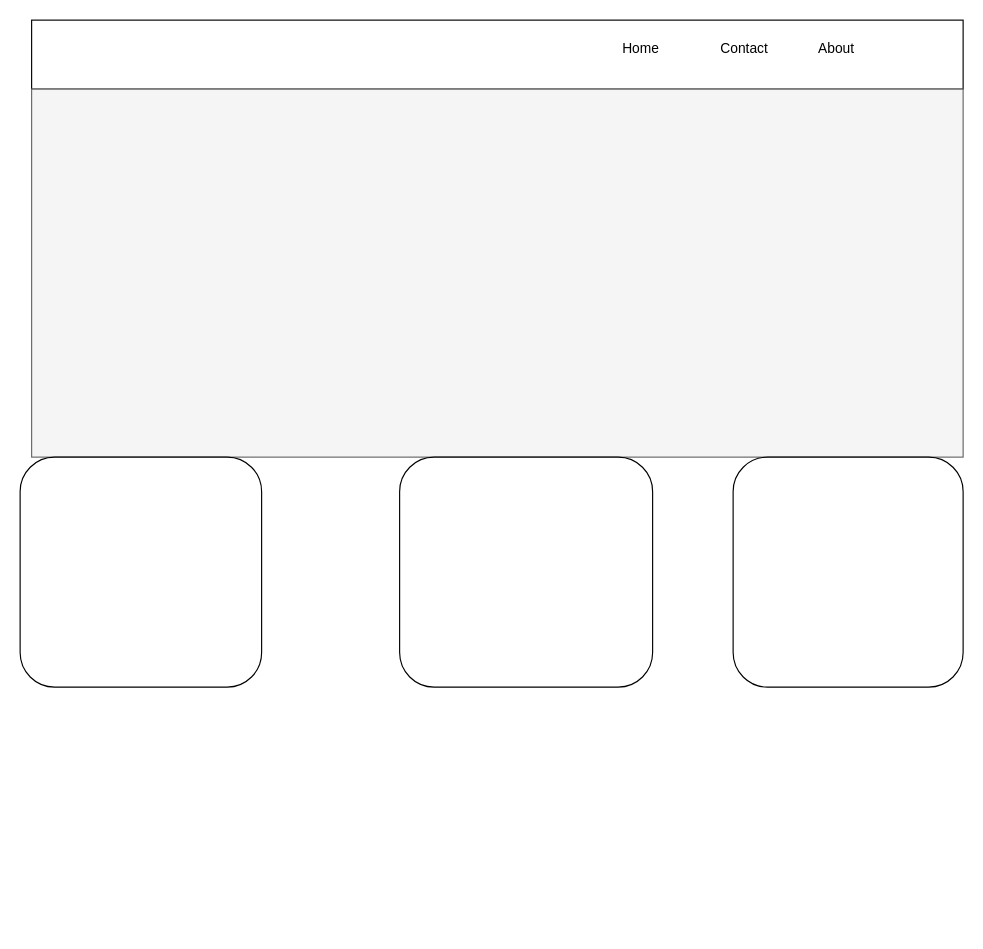
This is Untitled Diagram.drawio from michmerov-consulting/udemy-website, a draw.io file, before an edit. Source tidied: cells renumbered, new cells numbered last; positions are measured from the earlier drawing's top-left corner, leaving out a move shared by most shapes. Both pictures are drawn from the tidied source at 115%, with x=0, y=0 at pixel (20, 20).
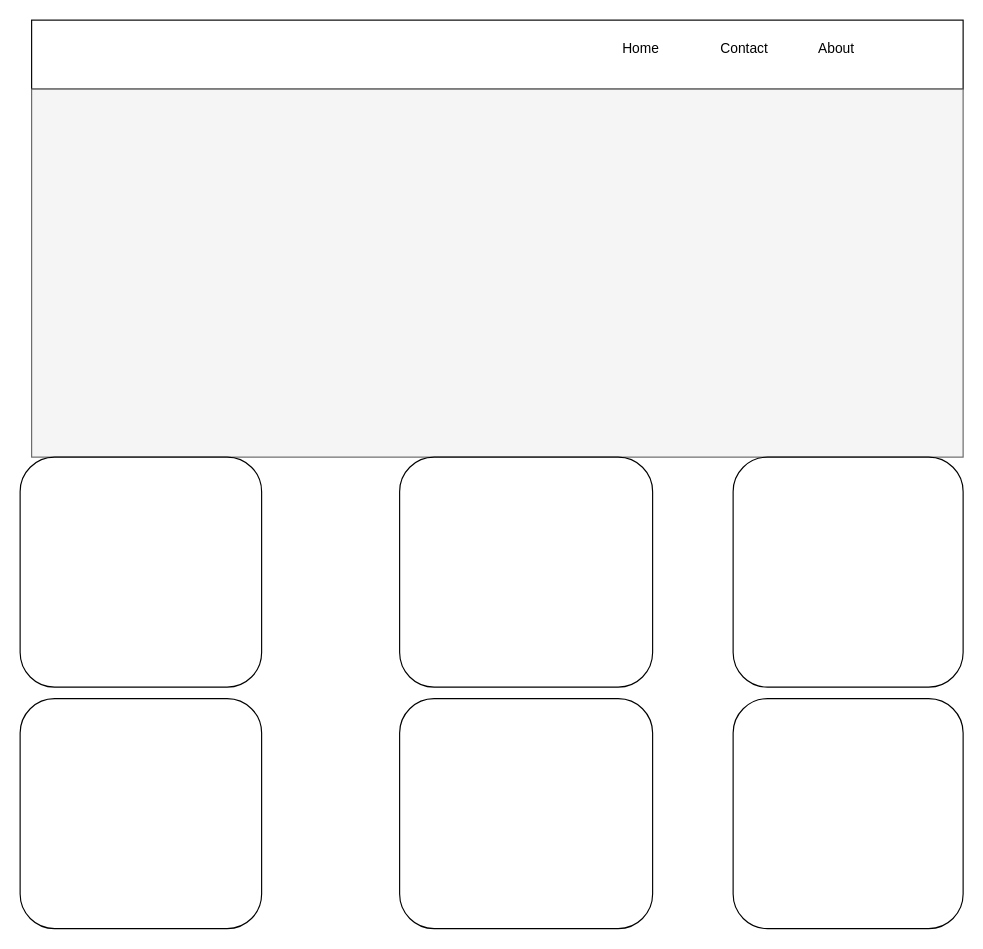
The same page after the edit.

Commit message:
udemy-class second row.drawio

What changed in the source:
```diff
@@
 <mxGraphModel>
   <root>
     <mxCell id="0" />
     <mxCell id="1" parent="0" />
     <mxCell id="2" style="rounded=0;whiteSpace=wrap;html=1;" parent="1" vertex="1">
       <mxGeometry x="10" width="810" height="60" as="geometry" />
     </mxCell>
     <mxCell id="3" value="Home" style="text;html=1;align=center;verticalAlign=middle;whiteSpace=wrap;rounded=0;" parent="1" vertex="1">
       <mxGeometry x="510" y="10" width="60" height="30" as="geometry" />
     </mxCell>
     <mxCell id="4" value="About" style="text;html=1;align=center;verticalAlign=middle;whiteSpace=wrap;rounded=0;" parent="1" vertex="1">
       <mxGeometry x="680" y="10" width="60" height="30" as="geometry" />
     </mxCell>
     <mxCell id="5" value="Contact" style="text;html=1;align=center;verticalAlign=middle;whiteSpace=wrap;rounded=0;" parent="1" vertex="1">
       <mxGeometry x="600" y="10" width="60" height="30" as="geometry" />
     </mxCell>
     <mxCell id="6" style="rounded=0;whiteSpace=wrap;html=1;fillColor=#f5f5f5;fontColor=#333333;strokeColor=#666666;" parent="1" vertex="1">
       <mxGeometry x="10" y="60" width="810" height="320" as="geometry" />
     </mxCell>
     <mxCell id="7" style="rounded=1;whiteSpace=wrap;html=1;" parent="1" vertex="1">
       <mxGeometry y="380" width="210" height="200" as="geometry" />
     </mxCell>
     <mxCell id="8" style="rounded=1;whiteSpace=wrap;html=1;" parent="1" vertex="1">
       <mxGeometry x="620" y="380" width="200" height="200" as="geometry" />
     </mxCell>
     <mxCell id="9" style="rounded=1;whiteSpace=wrap;html=1;" parent="1" vertex="1">
       <mxGeometry x="330" y="380" width="220" height="200" as="geometry" />
     </mxCell>
+    <mxCell id="10" style="rounded=1;whiteSpace=wrap;html=1;" parent="1" vertex="1">
+      <mxGeometry y="590" width="210" height="200" as="geometry" />
+    </mxCell>
+    <mxCell id="11" style="rounded=1;whiteSpace=wrap;html=1;" parent="1" vertex="1">
+      <mxGeometry x="620" y="590" width="200" height="200" as="geometry" />
+    </mxCell>
+    <mxCell id="12" style="rounded=1;whiteSpace=wrap;html=1;" parent="1" vertex="1">
+      <mxGeometry x="330" y="590" width="220" height="200" as="geometry" />
+    </mxCell>
   </root>
 </mxGraphModel>
```
